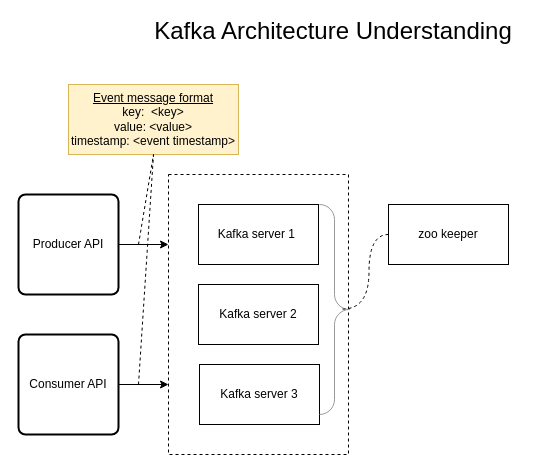
AMVijay/kafka-learning keeps this draw.io diagram as kafka-architecture.drawio. Above is the earlier version. Source tidied: cells renumbered, new cells numbered last; positions are measured from the earlier drawing's top-left corner, leaving out a move shared by most shapes. Both pictures are drawn from the tidied source at 100%, with x=0, y=0 at pixel (18, 21).
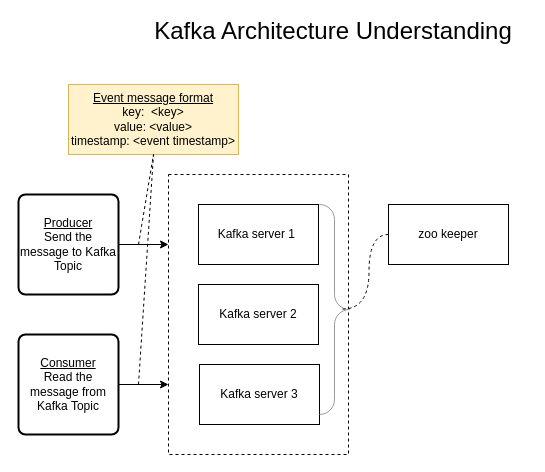
After the change.

Change to the diagram source:
```diff
@@
 <mxGraphModel>
   <root>
     <mxCell id="0" />
     <mxCell id="1" parent="0" />
     <mxCell id="2" style="rounded=0;whiteSpace=wrap;html=1;fillColor=none;dashed=1;" parent="1" vertex="1">
       <mxGeometry x="150" y="153" width="180" height="280" as="geometry" />
     </mxCell>
     <mxCell id="3" value="Kafka server 1&amp;nbsp;" style="rounded=0;whiteSpace=wrap;html=1;" parent="1" vertex="1">
       <mxGeometry x="180" y="183" width="120" height="60" as="geometry" />
     </mxCell>
     <mxCell id="4" value="Kafka server 2" style="rounded=0;whiteSpace=wrap;html=1;" parent="1" vertex="1">
       <mxGeometry x="180" y="263" width="120" height="60" as="geometry" />
     </mxCell>
     <mxCell id="5" value="Kafka server 3" style="rounded=0;whiteSpace=wrap;html=1;" parent="1" vertex="1">
       <mxGeometry x="181" y="343" width="120" height="60" as="geometry" />
     </mxCell>
     <mxCell id="6" style="edgeStyle=orthogonalEdgeStyle;rounded=0;jettySize=auto;html=1;exitX=1;exitY=0.5;exitDx=0;exitDy=0;entryX=0;entryY=0.25;entryDx=0;entryDy=0;" parent="1" edge="1" source="7" target="2">
       <mxGeometry relative="1" as="geometry" />
     </mxCell>
-    <mxCell id="7" value="Producer API" style="rounded=1;whiteSpace=wrap;html=1;absoluteArcSize=1;arcSize=14;strokeWidth=2;" parent="1" vertex="1">
+    <mxCell id="7" value="&lt;u&gt;Producer&lt;/u&gt;&lt;br&gt;Send the message to Kafka Topic" style="rounded=1;whiteSpace=wrap;html=1;absoluteArcSize=1;arcSize=14;strokeWidth=2;" parent="1" vertex="1">
       <mxGeometry y="173" width="100" height="100" as="geometry" />
     </mxCell>
     <mxCell id="8" style="edgeStyle=orthogonalEdgeStyle;rounded=0;jettySize=auto;html=1;exitX=1;exitY=0.5;exitDx=0;exitDy=0;entryX=0;entryY=0.75;entryDx=0;entryDy=0;" parent="1" edge="1" source="9" target="2">
       <mxGeometry relative="1" as="geometry" />
     </mxCell>
-    <mxCell id="9" value="Consumer API" style="rounded=1;whiteSpace=wrap;html=1;absoluteArcSize=1;arcSize=14;strokeWidth=2;" parent="1" vertex="1">
+    <mxCell id="9" value="&lt;u&gt;Consumer&lt;/u&gt;&lt;br&gt;Read the message from Kafka Topic" style="rounded=1;whiteSpace=wrap;html=1;absoluteArcSize=1;arcSize=14;strokeWidth=2;" parent="1" vertex="1">
       <mxGeometry y="313" width="100" height="100" as="geometry" />
     </mxCell>
     <mxCell id="10" style="labelPosition=right;align=left;strokeWidth=1;shape=mxgraph.mockup.markup.curlyBrace;html=1;shadow=0;dashed=0;strokeColor=#999999;direction=north;rotation=-180;" parent="1" vertex="1">
       <mxGeometry x="301" y="183" width="30" height="210" as="geometry" />
     </mxCell>
     <mxCell id="11" value="zoo keeper" style="rounded=0;whiteSpace=wrap;html=1;" parent="1" vertex="1">
       <mxGeometry x="370" y="183" width="120" height="60" as="geometry" />
     </mxCell>
     <mxCell id="12" style="endArrow=none;dashed=1;html=1;rounded=0;entryX=0;entryY=0.5;entryDx=0;entryDy=0;exitX=0.498;exitY=0.233;exitDx=0;exitDy=0;exitPerimeter=0;edgeStyle=orthogonalEdgeStyle;curved=1;" parent="1" edge="1" source="10" target="11">
       <mxGeometry relative="1" as="geometry" />
     </mxCell>
     <mxCell id="13" value="&lt;u&gt;Event message format&lt;/u&gt;&lt;br&gt;key:&amp;nbsp; &amp;lt;key&amp;gt;&lt;br&gt;value: &amp;lt;value&amp;gt;&lt;br&gt;timestamp: &amp;lt;event timestamp&amp;gt;" style="rounded=0;whiteSpace=wrap;html=1;fillColor=#fff2cc;strokeColor=#d6b656;" parent="1" vertex="1">
       <mxGeometry x="50" y="63" width="170" height="70" as="geometry" />
     </mxCell>
     <mxCell id="14" style="endArrow=none;html=1;rounded=0;dashed=1;" parent="1" edge="1">
       <mxGeometry relative="1" as="geometry">
         <mxPoint x="120" y="223" as="sourcePoint" />
         <mxPoint x="135" y="133" as="targetPoint" />
       </mxGeometry>
     </mxCell>
     <mxCell id="15" style="endArrow=none;html=1;rounded=0;entryX=0.5;entryY=1;entryDx=0;entryDy=0;dashed=1;" parent="1" edge="1" target="13">
       <mxGeometry relative="1" as="geometry">
         <mxPoint x="120" y="363" as="sourcePoint" />
       </mxGeometry>
     </mxCell>
     <mxCell id="16" value="Kafka Architecture Understanding" style="text;html=1;strokeColor=none;fillColor=none;align=center;verticalAlign=middle;whiteSpace=wrap;rounded=0;fontSize=24;" parent="1" vertex="1">
       <mxGeometry x="120" width="390" height="20" as="geometry" />
     </mxCell>
   </root>
 </mxGraphModel>
```
